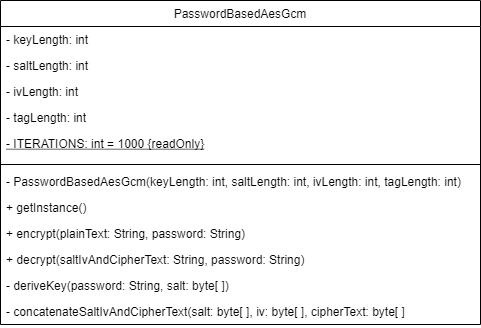
Above: images/Anleitung/UML.png in onierstrasz/BSc_Thesis_Repository (draw.io), before the change. Source tidied: cells renumbered, new cells last; positions are measured from the earlier drawing's top-left corner, leaving out a move shared by most shapes.
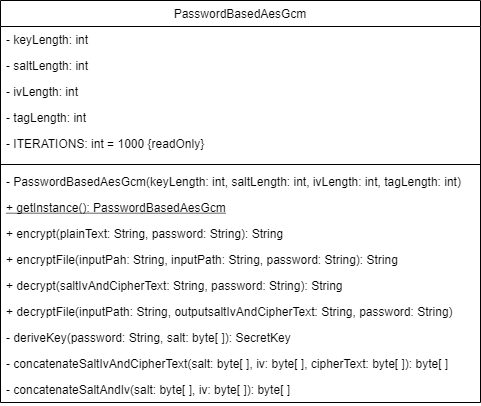
The same diagram one commit later.

What changed in the source:
```diff
@@ -3,7 +3,7 @@
     <mxCell id="0" />
     <mxCell id="1" parent="0" />
     <mxCell id="2" value="PasswordBasedAesGcm" style="swimlane;fontStyle=0;align=center;verticalAlign=top;horizontal=1;startSize=26;rounded=0;shadow=0;strokeWidth=1;" parent="1" vertex="1">
-      <mxGeometry width="480" height="324" as="geometry" />
+      <mxGeometry width="480" height="402" as="geometry" />
     </mxCell>
     <mxCell id="3" value="- keyLength: int" style="text;align=left;verticalAlign=top;spacingLeft=4;spacingRight=4;overflow=hidden;" parent="2" vertex="1">
       <mxGeometry y="26" width="480" height="26" as="geometry" />
@@ -17,7 +17,7 @@
     <mxCell id="6" value="- tagLength: int" style="text;align=left;verticalAlign=top;spacingLeft=4;spacingRight=4;overflow=hidden;rounded=0;shadow=0;html=0;" parent="2" vertex="1">
       <mxGeometry y="104" width="480" height="26" as="geometry" />
     </mxCell>
-    <mxCell id="7" value="- ITERATIONS: int = 1000 {readOnly}" style="text;align=left;verticalAlign=top;spacingLeft=4;spacingRight=4;overflow=hidden;rounded=0;shadow=0;html=0;fontStyle=4;" parent="2" vertex="1">
+    <mxCell id="7" value="- ITERATIONS: int = 1000 {readOnly}" style="text;align=left;verticalAlign=top;spacingLeft=4;spacingRight=4;overflow=hidden;rounded=0;shadow=0;html=0;fontStyle=0;" parent="2" vertex="1">
       <mxGeometry y="130" width="480" height="30" as="geometry" />
     </mxCell>
     <mxCell id="8" style="line;html=1;strokeWidth=1;align=left;verticalAlign=middle;spacingTop=-1;spacingLeft=3;spacingRight=3;labelPosition=right;" parent="2" vertex="1">
@@ -26,20 +26,29 @@
     <mxCell id="9" value="- PasswordBasedAesGcm(keyLength: int, saltLength: int, ivLength: int, tagLength: int)" style="text;align=left;verticalAlign=top;spacingLeft=4;spacingRight=4;overflow=hidden;rounded=0;shadow=0;html=0;" parent="2" vertex="1">
       <mxGeometry y="168" width="480" height="26" as="geometry" />
     </mxCell>
-    <mxCell id="10" value="+ getInstance()" style="text;align=left;verticalAlign=top;spacingLeft=4;spacingRight=4;overflow=hidden;rounded=0;shadow=0;html=0;" parent="2" vertex="1">
+    <mxCell id="10" value="+ getInstance(): PasswordBasedAesGcm" style="text;align=left;verticalAlign=top;spacingLeft=4;spacingRight=4;overflow=hidden;rounded=0;shadow=0;html=0;fontStyle=4;" parent="2" vertex="1">
       <mxGeometry y="194" width="480" height="26" as="geometry" />
     </mxCell>
-    <mxCell id="11" value="+ encrypt(plainText: String, password: String)" style="text;align=left;verticalAlign=top;spacingLeft=4;spacingRight=4;overflow=hidden;rounded=0;shadow=0;html=0;" parent="2" vertex="1">
+    <mxCell id="11" value="+ encrypt(plainText: String, password: String): String" style="text;align=left;verticalAlign=top;spacingLeft=4;spacingRight=4;overflow=hidden;rounded=0;shadow=0;html=0;" parent="2" vertex="1">
       <mxGeometry y="220" width="480" height="26" as="geometry" />
     </mxCell>
+    <mxCell id="15" value="+ encryptFile(inputPah: String, inputPath: String, password: String): String" style="text;align=left;verticalAlign=top;spacingLeft=4;spacingRight=4;overflow=hidden;rounded=0;shadow=0;html=0;" parent="2" vertex="1">
+      <mxGeometry y="246" width="480" height="26" as="geometry" />
+    </mxCell>
-    <mxCell id="12" value="+ decrypt(saltIvAndCipherText: String, password: String)" style="text;align=left;verticalAlign=top;spacingLeft=4;spacingRight=4;overflow=hidden;rounded=0;shadow=0;html=0;" parent="2" vertex="1">
-      <mxGeometry y="246" width="480" height="26" as="geometry" />
+    <mxCell id="12" value="+ decrypt(saltIvAndCipherText: String, password: String): String" style="text;align=left;verticalAlign=top;spacingLeft=4;spacingRight=4;overflow=hidden;rounded=0;shadow=0;html=0;" parent="2" vertex="1">
+      <mxGeometry y="272" width="480" height="26" as="geometry" />
     </mxCell>
+    <mxCell id="16" value="+ decryptFile(inputPath: String, outputsaltIvAndCipherText: String, password: String)" style="text;align=left;verticalAlign=top;spacingLeft=4;spacingRight=4;overflow=hidden;rounded=0;shadow=0;html=0;" parent="2" vertex="1">
+      <mxGeometry y="298" width="480" height="26" as="geometry" />
+    </mxCell>
-    <mxCell id="13" value="- deriveKey(password: String, salt: byte[ ])" style="text;align=left;verticalAlign=top;spacingLeft=4;spacingRight=4;overflow=hidden;rounded=0;shadow=0;html=0;" parent="2" vertex="1">
-      <mxGeometry y="272" width="480" height="26" as="geometry" />
+    <mxCell id="13" value="- deriveKey(password: String, salt: byte[ ]): SecretKey" style="text;align=left;verticalAlign=top;spacingLeft=4;spacingRight=4;overflow=hidden;rounded=0;shadow=0;html=0;" parent="2" vertex="1">
+      <mxGeometry y="324" width="480" height="26" as="geometry" />
     </mxCell>
-    <mxCell id="14" value="- concatenateSaltIvAndCipherText(salt: byte[ ], iv: byte[ ], cipherText: byte[ ]" style="text;align=left;verticalAlign=top;spacingLeft=4;spacingRight=4;overflow=hidden;rounded=0;shadow=0;html=0;" parent="2" vertex="1">
-      <mxGeometry y="298" width="480" height="26" as="geometry" />
+    <mxCell id="14" value="- concatenateSaltIvAndCipherText(salt: byte[ ], iv: byte[ ], cipherText: byte[ ]): byte[ ]" style="text;align=left;verticalAlign=top;spacingLeft=4;spacingRight=4;overflow=hidden;rounded=0;shadow=0;html=0;" parent="2" vertex="1">
+      <mxGeometry y="350" width="480" height="26" as="geometry" />
     </mxCell>
+    <mxCell id="17" value="- concatenateSaltAndIv(salt: byte[ ], iv: byte[ ]): byte[ ]" style="text;align=left;verticalAlign=top;spacingLeft=4;spacingRight=4;overflow=hidden;rounded=0;shadow=0;html=0;" parent="2" vertex="1">
+      <mxGeometry y="376" width="480" height="26" as="geometry" />
+    </mxCell>
   </root>
 </mxGraphModel>
```
